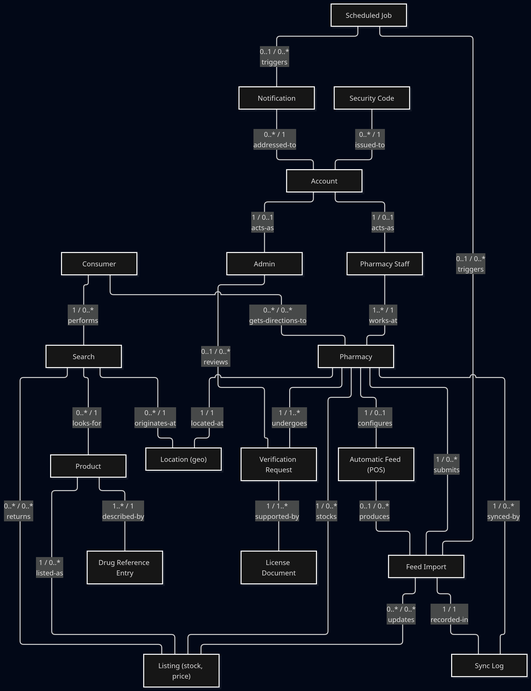
This is class_diagram/class_diagram.png from sander15/Pharma-Finder, a Mermaid export, as it was before one commit. Its source is kept beside it as class_diagram/class_diagram.mmd.
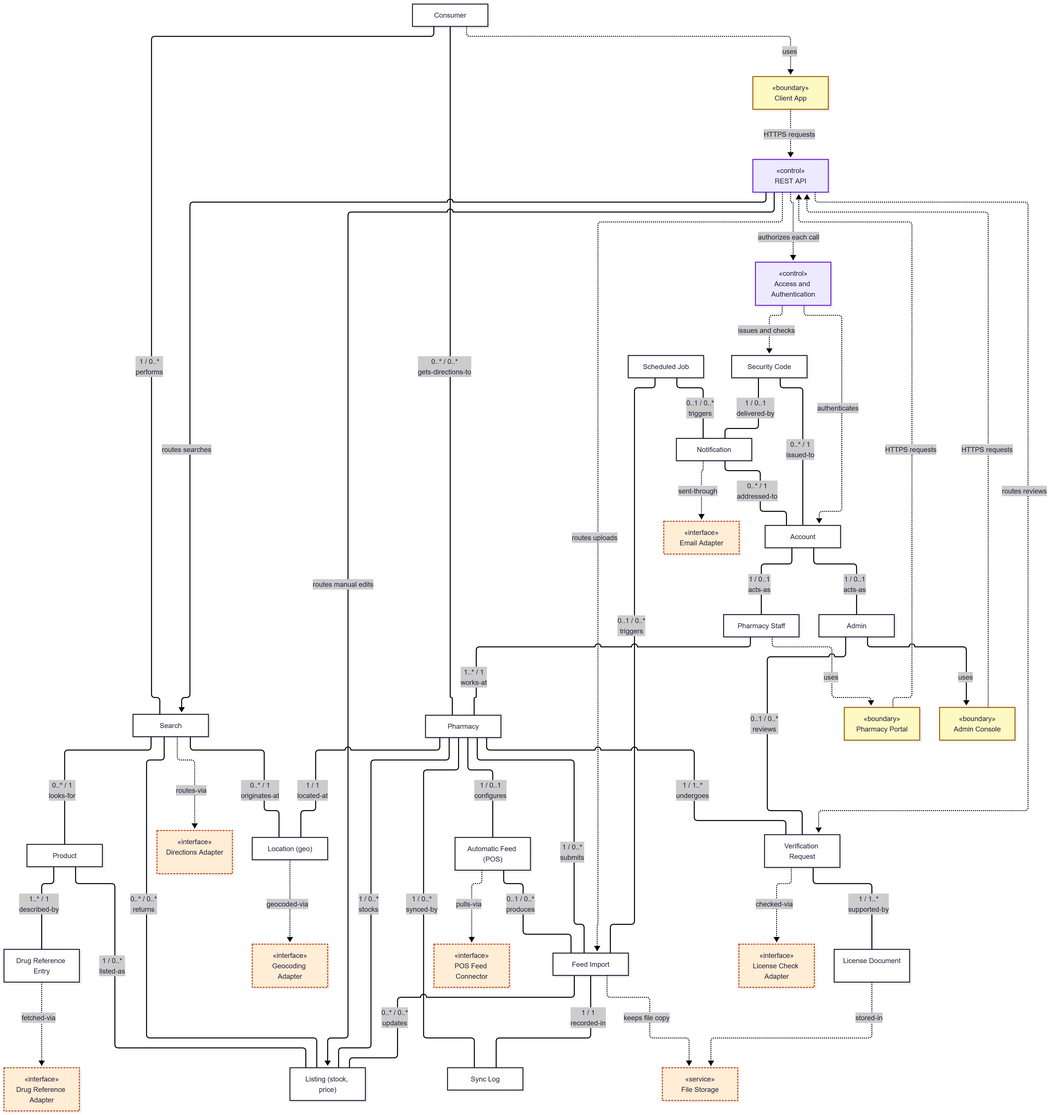
After the commit.

Commit message:
Update class diagram, now it includes the interface, boundary, and control

Diff of the diagram source:
```diff
@@ -17,6 +17,21 @@
     Notification["Notification"]
     SecCode["Security Code"]
     Job["Scheduled Job"]
+
+    ClientApp["«boundary»<br>Client App"]
+    Portal["«boundary»<br>Pharmacy Portal"]
+    Console["«boundary»<br>Admin Console"]
+
+    RestApi["«control»<br>REST API"]
+    AuthSvc["«control»<br>Access and Authentication"]
+
+    Files["«service»<br>File Storage"]
+    EmailA["«interface»<br>Email Adapter"]
+    DrugA["«interface»<br>Drug Reference Adapter"]
+    PosA["«interface»<br>POS Feed Connector"]
+    LicA["«interface»<br>License Check Adapter"]
+    DirA["«interface»<br>Directions Adapter"]
+    GeoA["«interface»<br>Geocoding Adapter"]
 
     Account ---|"1 / 0..1<br>acts-as"| Staff
     Account ---|"1 / 0..1<br>acts-as"| Admin
@@ -48,3 +63,37 @@
     Search ---|"0..* / 0..*<br>returns"| Listing
     Search ---|"0..* / 1<br>originates-at"| Location
     Consumer ---|"0..* / 0..*<br>gets-directions-to"| Pharmacy
+
+    SecCode ---|"1 / 0..1<br>delivered-by"| Notification
+
+    Consumer -.->|"uses"| ClientApp
+    Staff -.->|"uses"| Portal
+    Admin -.->|"uses"| Console
+
+    ClientApp -.->|"HTTPS requests"| RestApi
+    Portal -.->|"HTTPS requests"| RestApi
+    Console -.->|"HTTPS requests"| RestApi
+    RestApi -.->|"authorizes each call"| AuthSvc
+
+    RestApi -.->|"routes searches"| Search
+    RestApi -.->|"routes manual edits"| Listing
+    RestApi -.->|"routes uploads"| FeedImport
+    RestApi -.->|"routes reviews"| Verification
+    AuthSvc -.->|"authenticates"| Account
+    AuthSvc -.->|"issues and checks"| SecCode
+
+    License -.->|"stored-in"| Files
+    FeedImport -.->|"keeps file copy"| Files
+    Notification -.->|"sent-through"| EmailA
+    DrugRef -.->|"fetched-via"| DrugA
+    AutoFeed -.->|"pulls-via"| PosA
+    Verification -.->|"checked-via"| LicA
+    Search -.->|"routes-via"| DirA
+    Location -.->|"geocoded-via"| GeoA
+
+    classDef boundary fill:#fef9c3,stroke:#a16207;
+    classDef control fill:#ede9fe,stroke:#6d28d9;
+    classDef infra fill:#ffedd5,stroke:#c2410c,stroke-dasharray:4 2;
+    class ClientApp,Portal,Console boundary;
+    class RestApi,AuthSvc control;
+    class Files,EmailA,DrugA,PosA,LicA,DirA,GeoA infra;
```
